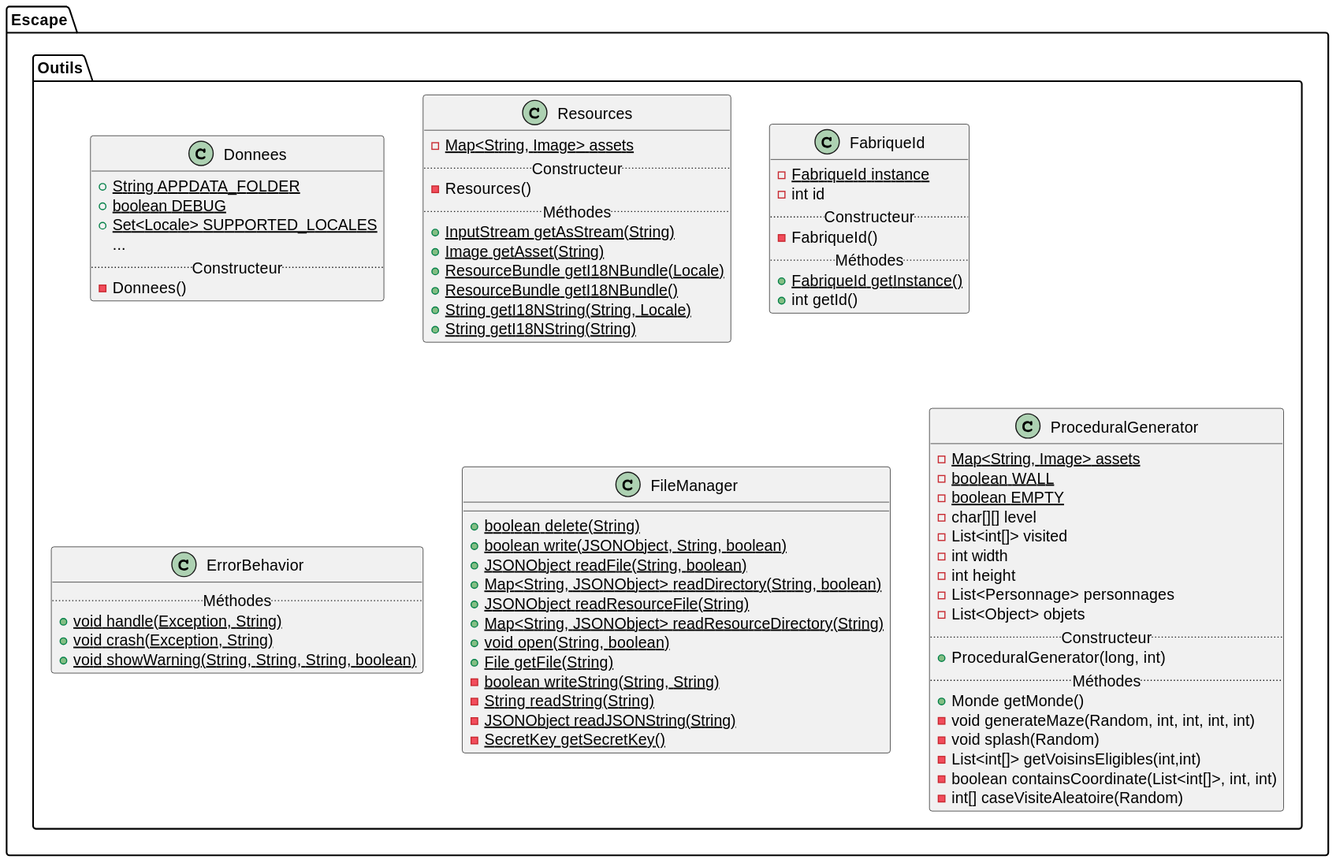
Before: docs/uml/class-diagram-outils.svg, a diagram exported from PlantUML (victord54/escape). The source it was exported from:
```plantuml
@startuml
package Escape {
    package Outils {
        class Donnees {
            + {static} String APPDATA_FOLDER
            + {static} boolean DEBUG
            + {static} Set<Locale> SUPPORTED_LOCALES
            ...
            ..Constructeur..
            - Donnees()
        }

        class Resources {
            - {static} Map<String, Image> assets
            ..Constructeur..
            - Resources()
            ..Méthodes..
            + {static} InputStream getAsStream(String)
            + {static} Image getAsset(String)
            + {static} ResourceBundle getI18NBundle(Locale)
            + {static} ResourceBundle getI18NBundle()
            + {static} String getI18NString(String, Locale)
            + {static} String getI18NString(String)
        }

        class FabriqueId {
            - {static} FabriqueId instance
            - int id
            ..Constructeur..
            - FabriqueId()
            ..Méthodes..
            + {static} FabriqueId getInstance()
            + int getId()
        }

        class ErrorBehavior {
            ..Méthodes..
            + {static} void handle(Exception, String)
            + {static} void crash(Exception, String)
            + {static} void showWarning(String, String, String, boolean)
        }

        class FileManager {
            + {static} boolean delete(String)
            + {static} boolean write(JSONObject, String, boolean)
            + {static} JSONObject readFile(String, boolean)
            + {static} Map<String, JSONObject> readDirectory(String, boolean)
            + {static} JSONObject readResourceFile(String)
            + {static} Map<String, JSONObject> readResourceDirectory(String)
            + {static} void open(String, boolean)
            + {static} File getFile(String)
            - {static} boolean writeString(String, String)
            - {static} String readString(String)
            - {static} JSONObject readJSONString(String)
            - {static} SecretKey getSecretKey()
        }

        class ProceduralGenerator {
            - {static} Map<String, Image> assets
            - {static} boolean WALL
            - {static} boolean EMPTY
            - char[][] level
            - List<int[]> visited
            - int width
            - int height
            - List<Personnage> personnages
            - List<Object> objets
            ..Constructeur..
            + ProceduralGenerator(long, int)
            ..Méthodes..
            + Monde getMonde()
            - void generateMaze(Random, int, int, int, int)
            - void splash(Random)
            - List<int[]> getVoisinsEligibles(int,int)
            - boolean containsCoordinate(List<int[]>, int, int)
            - int[] caseVisiteAleatoire(Random)
        }
    }
}
@enduml
```
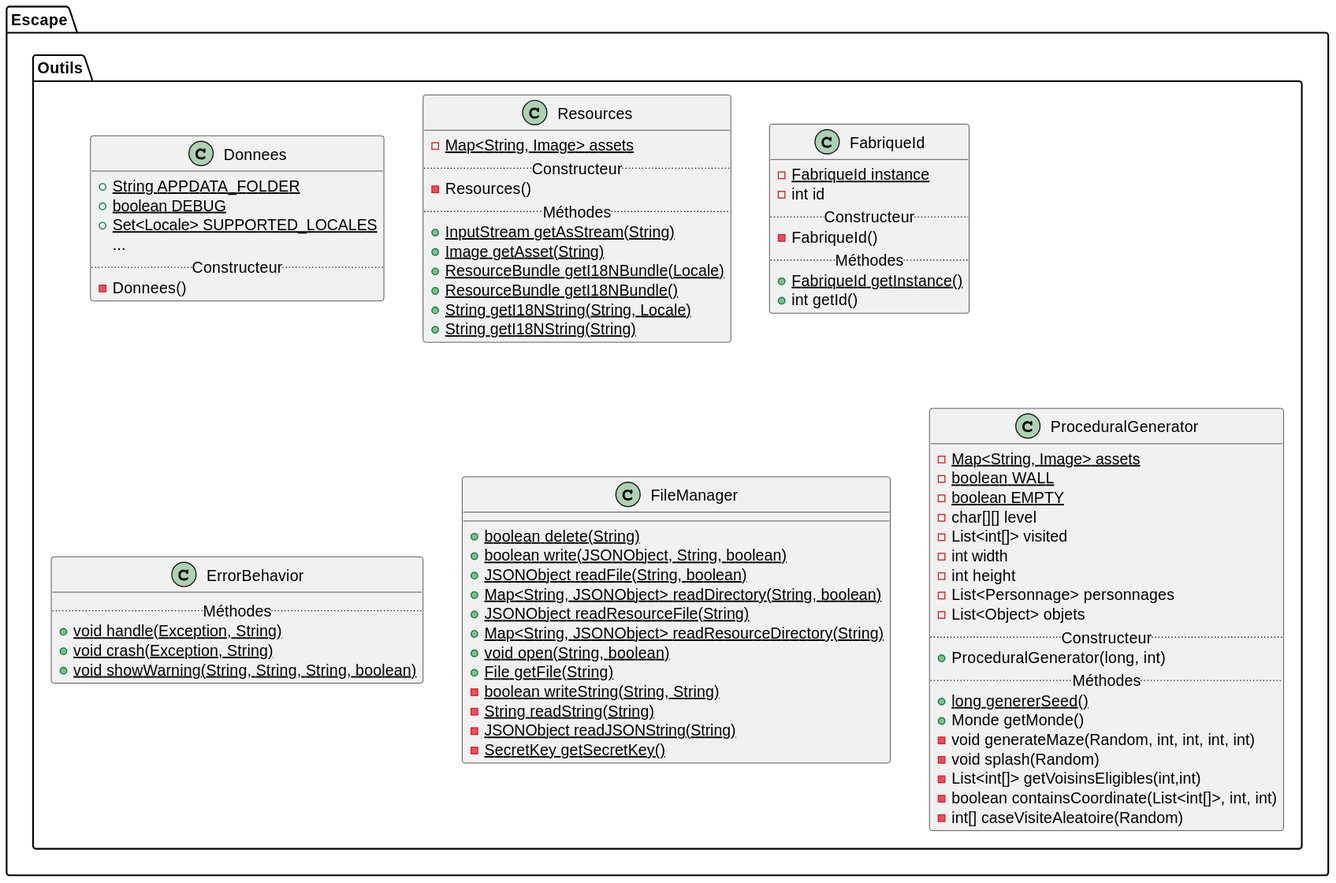
Later version of the same file.

Commit message:
Sauvegarde monde généré + diagramme de classes

Change to the diagram source:
```diff
@@ -68,6 +68,7 @@
             ..Constructeur..
             + ProceduralGenerator(long, int)
             ..Méthodes..
+            + {static} long genererSeed()
             + Monde getMonde()
             - void generateMaze(Random, int, int, int, int)
             - void splash(Random)
```
